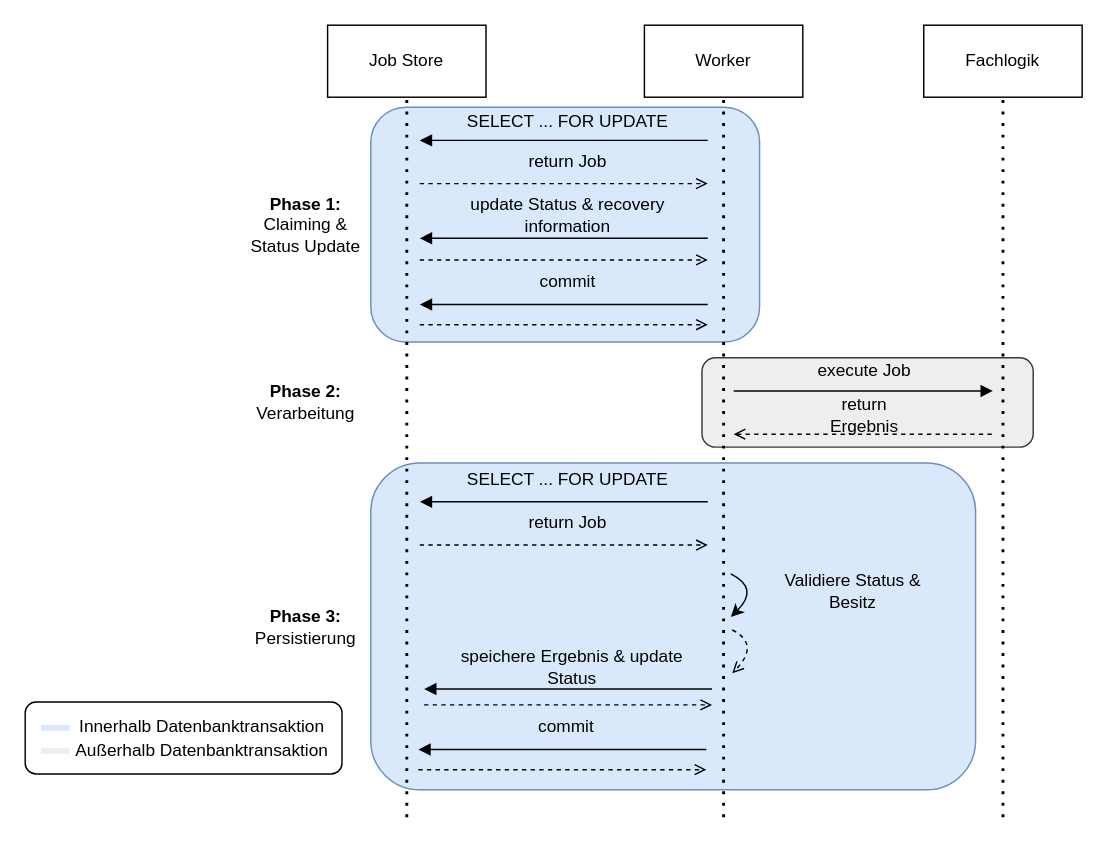
The draw.io diagram Paper/drawio/transaktionsmodell.drawio in murfei/FaultTolerantJobProcessing, before the edit. Source tidied: cells renumbered, new cells numbered last; positions are measured from the earlier drawing's top-left corner, leaving out a move shared by most shapes. Both pictures are drawn from the tidied source at 144%, with x=0, y=0 at pixel (24, 24).
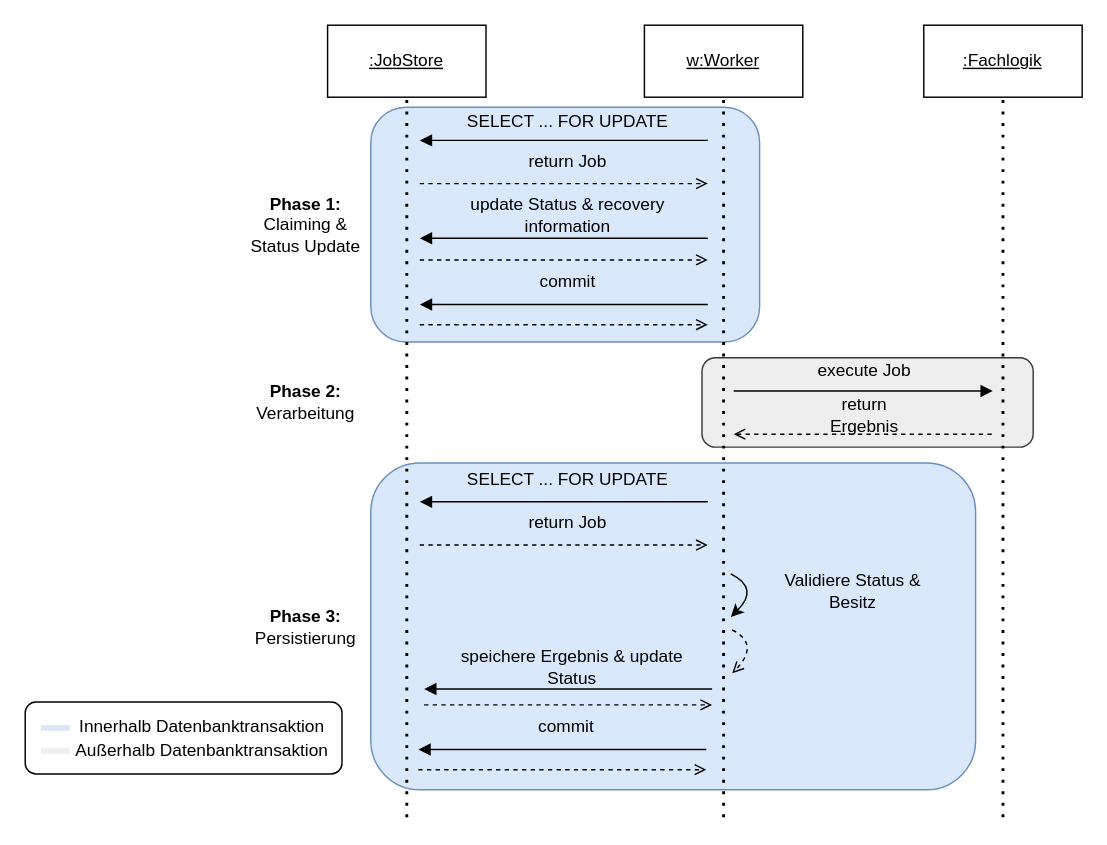
Above is the later version.

Change to the diagram source:
```diff
@@
-    <mxCell id="6" value="Job Store" style="html=1;whiteSpace=wrap;" parent="1" vertex="1">
+    <mxCell id="6" value="&lt;u&gt;:JobStore&lt;/u&gt;" style="html=1;whiteSpace=wrap;" parent="1" vertex="1">
       <mxGeometry x="210" width="110" height="50" as="geometry" />
     </mxCell>
@@
-    <mxCell id="8" value="Worker" style="html=1;whiteSpace=wrap;" parent="1" vertex="1">
+    <mxCell id="8" value="&lt;u&gt;w:Worker&lt;/u&gt;" style="html=1;whiteSpace=wrap;" parent="1" vertex="1">
       <mxGeometry x="430" width="110" height="50" as="geometry" />
     </mxCell>
@@
-    <mxCell id="10" value="Fachlogik" style="html=1;whiteSpace=wrap;" parent="1" vertex="1">
+    <mxCell id="10" value="&lt;u&gt;:Fachlogik&lt;/u&gt;" style="html=1;whiteSpace=wrap;" parent="1" vertex="1">
       <mxGeometry x="624" width="110" height="50" as="geometry" />
     </mxCell>
```
